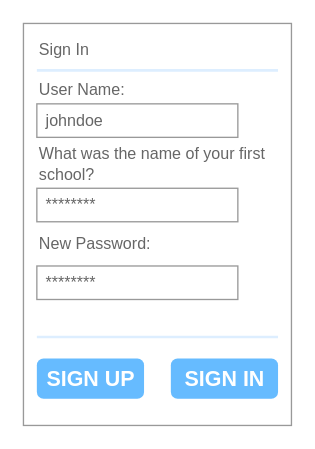
This is Documentation/images/design/Reset_Password.drawio from JCSnelson/JSnelson-NEA, a draw.io file, before an edit. Source tidied: cells renumbered, new cells numbered last; positions are measured from the earlier drawing's top-left corner, leaving out a move shared by most shapes. Both pictures are drawn from the tidied source at 134%, with x=0, y=0 at pixel (23, 23).
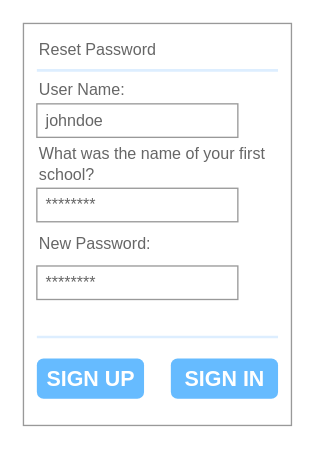
After the change.

The change refers to these unchanged cells:
```xml
<mxCell id="2" style="strokeWidth=1;shadow=0;dashed=0;align=center;html=1;shape=mxgraph.mockup.forms.rrect;rSize=0;strokeColor=#999999;fillColor=#ffffff;" parent="1" vertex="1">
  <mxGeometry width="200" height="300" as="geometry" />
</mxCell>
```

Change to the diagram source:
```diff
@@
-    <mxCell id="3" value="Sign In" style="strokeWidth=1;shadow=0;dashed=0;align=center;html=1;shape=mxgraph.mockup.forms.anchor;fontSize=12;fontColor=#666666;align=left;spacingLeft=0;" parent="2" vertex="1">
+    <mxCell id="3" value="Reset Password" style="strokeWidth=1;shadow=0;dashed=0;align=center;html=1;shape=mxgraph.mockup.forms.anchor;fontSize=12;fontColor=#666666;align=left;spacingLeft=0;" parent="2" vertex="1">
       <mxGeometry width="100" height="20" relative="1" as="geometry">
         <mxPoint x="10" y="10" as="offset" />
       </mxGeometry>
     </mxCell>
```
